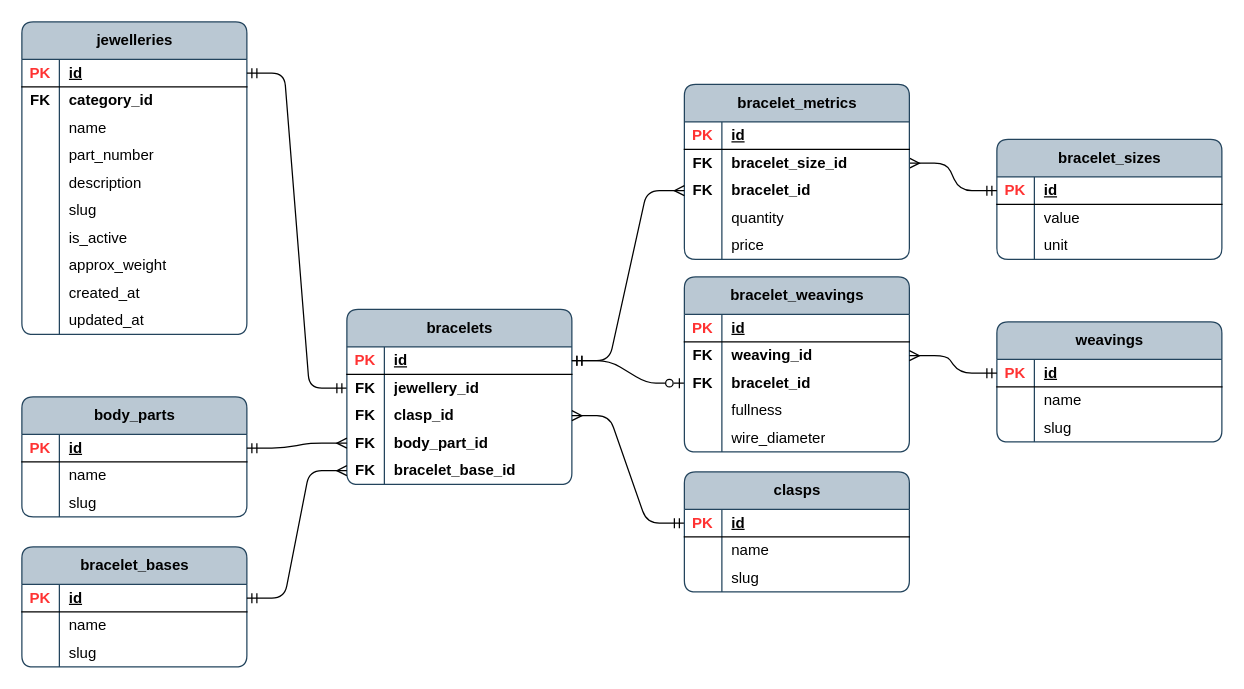
Before: page "jw_bracelet_props" (9 of 14) of publisher/laravel-app/psql_jewellery_items.drawio in Local-development-environment/msg-brokers-publisher-consumer, a draw.io diagram. Source tidied: cells renumbered, new cells numbered last; positions are measured from the earlier drawing's top-left corner, leaving out a move shared by most shapes. Both pictures are drawn from the tidied source at 125%, with x=0, y=0 at pixel (21, 21).
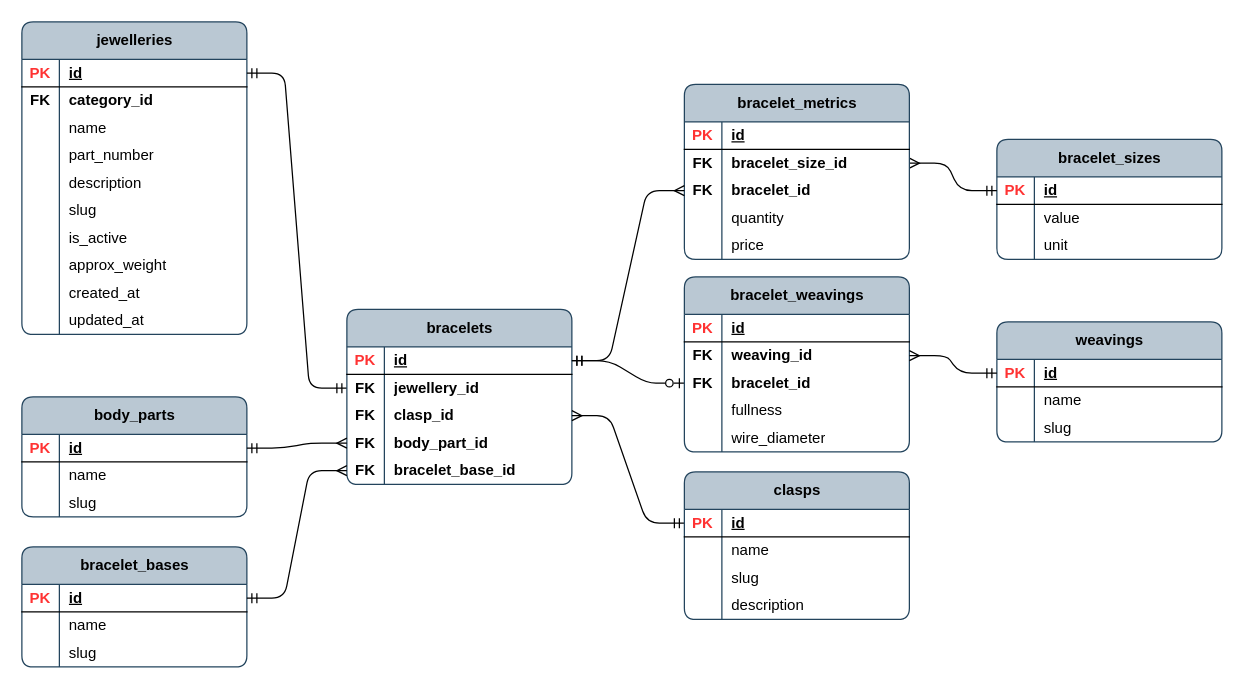
Above is the later version.

The edit, as a diff of the source:
```diff
@@
     <mxCell id="107" value="clasps" style="shape=table;startSize=30;childLayout=tableLayout;rowLines=0;fontStyle=1;align=center;html=1;rounded=1;swimlaneFillColor=none;fillColor=#bac8d3;strokeColor=#23445d;columnLines=1;arcSize=10;" parent="1" vertex="1">
-      <mxGeometry x="530" y="360" width="180" height="96" as="geometry" />
+      <mxGeometry x="530" y="360" width="180" height="118" as="geometry" />
     </mxCell>
@@
+    <mxCell id="139" style="shape=tableRow;horizontal=0;startSize=0;swimlaneHead=0;swimlaneBody=0;fillColor=none;top=0;left=0;right=0;bottom=0;rounded=0;" parent="107" vertex="1">
+      <mxGeometry y="96" width="180" height="22" as="geometry" />
+    </mxCell>
+    <mxCell id="140" style="shape=partialRectangle;fillColor=none;top=0;left=0;bottom=0;right=0;overflow=hidden;whiteSpace=wrap;html=1;" parent="139" vertex="1">
+      <mxGeometry width="30" height="22" as="geometry" />
+    </mxCell>
+    <mxCell id="141" value="description" style="shape=partialRectangle;fillColor=none;top=0;left=0;bottom=0;right=0;align=left;spacingLeft=6;overflow=hidden;whiteSpace=wrap;html=1;" parent="139" vertex="1">
+      <mxGeometry x="30" width="150" height="22" as="geometry" />
+    </mxCell>
```
